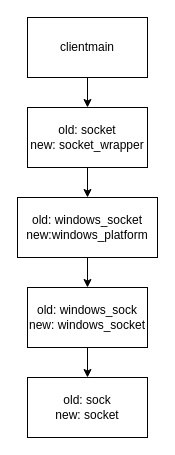
This is doc/happy path.drawio from Bobscorn/ptop, a draw.io file, before an edit. Source tidied: cells renumbered, new cells numbered last; positions are measured from the earlier drawing's top-left corner, leaving out a move shared by most shapes. Both pictures are drawn from the tidied source at 100%, with x=0, y=0 at pixel (17, 17).
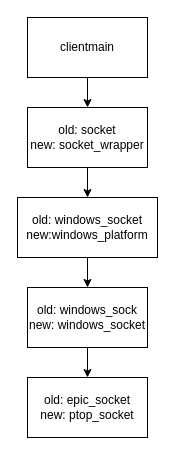
After the change.

What changed in the source:
```diff
@@
 <mxGraphModel>
   <root>
     <mxCell id="0" />
     <mxCell id="1" parent="0" />
     <mxCell id="2" style="edgeStyle=orthogonalEdgeStyle;rounded=0;jettySize=auto;html=1;entryX=0.5;entryY=0;entryDx=0;entryDy=0;" parent="1" edge="1" source="3" target="10">
       <mxGeometry relative="1" as="geometry" />
     </mxCell>
     <mxCell id="3" value="clientmain" style="rounded=0;whiteSpace=wrap;html=1;" parent="1" vertex="1">
       <mxGeometry x="10" width="120" height="60" as="geometry" />
     </mxCell>
     <mxCell id="4" style="edgeStyle=orthogonalEdgeStyle;rounded=0;jettySize=auto;html=1;" parent="1" edge="1" source="5" target="7">
       <mxGeometry relative="1" as="geometry" />
     </mxCell>
     <mxCell id="5" value="old: windows_socket&lt;br&gt;new:windows_platform" style="whiteSpace=wrap;html=1;rounded=0;" parent="1" vertex="1">
       <mxGeometry y="180" width="140" height="60" as="geometry" />
     </mxCell>
     <mxCell id="6" style="edgeStyle=orthogonalEdgeStyle;rounded=0;jettySize=auto;html=1;" parent="1" edge="1" source="7" target="8">
       <mxGeometry relative="1" as="geometry" />
     </mxCell>
     <mxCell id="7" value="old: windows_sock&lt;br&gt;new: windows_socket" style="whiteSpace=wrap;html=1;rounded=0;" parent="1" vertex="1">
       <mxGeometry x="10" y="270" width="120" height="60" as="geometry" />
     </mxCell>
-    <mxCell id="8" value="old: sock&lt;br&gt;new: socket" style="whiteSpace=wrap;html=1;rounded=0;" parent="1" vertex="1">
+    <mxCell id="8" value="old: epic_socket&lt;br&gt;new: ptop_socket" style="whiteSpace=wrap;html=1;rounded=0;" parent="1" vertex="1">
       <mxGeometry x="10" y="360" width="120" height="60" as="geometry" />
     </mxCell>
     <mxCell id="9" style="edgeStyle=orthogonalEdgeStyle;rounded=0;jettySize=auto;html=1;" parent="1" edge="1" source="10" target="5">
       <mxGeometry relative="1" as="geometry" />
     </mxCell>
     <mxCell id="10" value="old: socket&lt;br&gt;new: socket_wrapper" style="whiteSpace=wrap;html=1;rounded=0;" parent="1" vertex="1">
       <mxGeometry x="10" y="90" width="120" height="60" as="geometry" />
     </mxCell>
   </root>
 </mxGraphModel>
```
